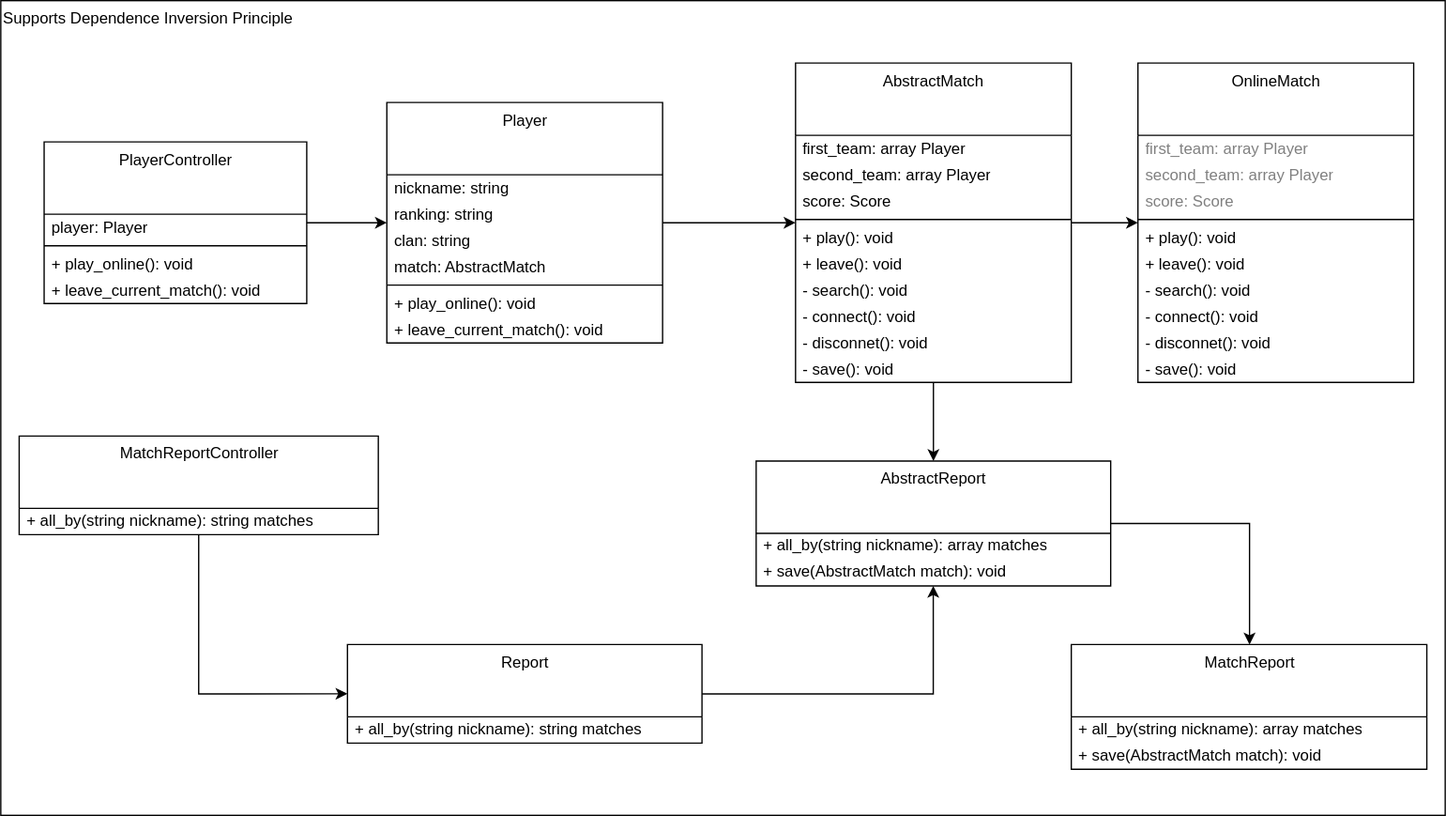
This is images/clean-code-clean-classes/DIP.svg from GabrielSlima/blog, a draw.io export, as it was before one commit. Source tidied: cells renumbered, new cells last; positions are measured from the earlier drawing's top-left corner, leaving out a move shared by most shapes.
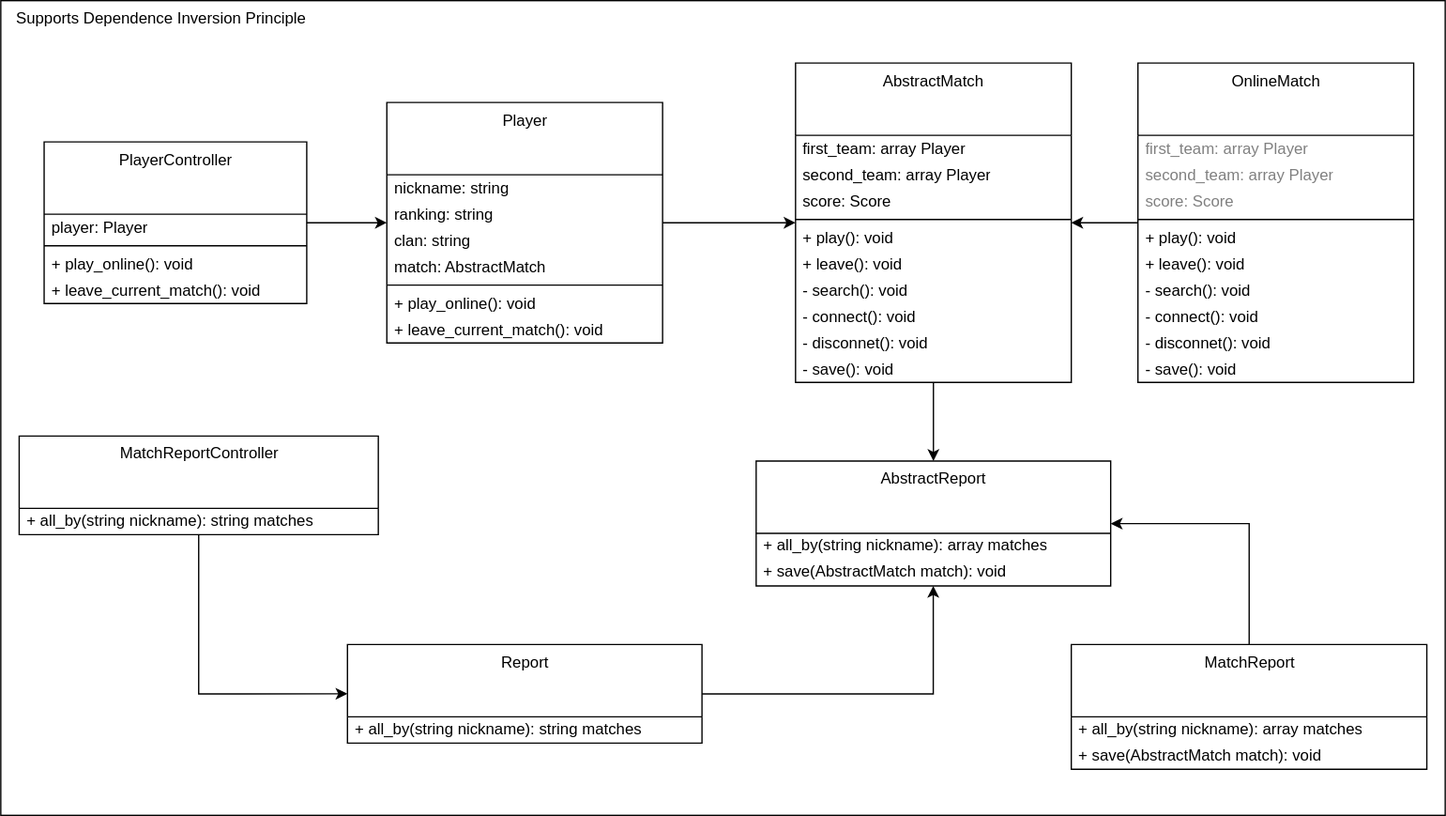
After the change.

Change to the diagram source:
```diff
@@ -2,9 +2,16 @@
   <root>
     <mxCell id="0" />
     <mxCell id="1" parent="0" />
-    <mxCell id="2" value="Supports Dependence Inversion Principle" style="rounded=0;whiteSpace=wrap;html=1;fillColor=none;align=left;verticalAlign=top;" parent="1" vertex="1">
+    <mxCell id="2" value="Supports Dependence Inversion Principle" style="rounded=0;whiteSpace=wrap;html=1;fillColor=none;align=left;verticalAlign=top;spacingLeft=10;" parent="1" vertex="1">
       <mxGeometry width="1100" height="620" as="geometry" />
     </mxCell>
+    <mxCell id="55" style="edgeStyle=orthogonalEdgeStyle;rounded=0;jettySize=auto;html=1;" parent="1" edge="1" source="3" target="49">
+      <mxGeometry relative="1" as="geometry">
+        <Array as="points">
+          <mxPoint x="951" y="398" />
+        </Array>
+      </mxGeometry>
+    </mxCell>
     <mxCell id="3" value="MatchReport" style="swimlane;fontStyle=0;align=center;verticalAlign=top;horizontal=1;startSize=55;html=1;fillColor=none;" parent="1" vertex="1">
       <mxGeometry x="815.2" y="490" width="270.8" height="95" as="geometry" />
     </mxCell>
@@ -68,6 +75,9 @@
     <mxCell id="23" value="+ leave_current_match(): void" style="text;html=1;strokeColor=none;fillColor=none;align=left;verticalAlign=middle;spacingLeft=4;spacingRight=4;overflow=hidden;" parent="19" vertex="1">
       <mxGeometry y="103" width="200" height="20" as="geometry" />
     </mxCell>
+    <mxCell id="56" style="edgeStyle=orthogonalEdgeStyle;rounded=0;jettySize=auto;html=1;" parent="1" edge="1" source="24" target="37">
+      <mxGeometry relative="1" as="geometry" />
+    </mxCell>
     <mxCell id="24" value="OnlineMatch" style="swimlane;fontStyle=0;align=center;verticalAlign=top;horizontal=1;startSize=55;html=1;fillColor=none;" parent="1" vertex="1">
       <mxGeometry x="866" y="47.5" width="210" height="243" as="geometry" />
     </mxCell>
@@ -101,9 +111,6 @@
     <mxCell id="34" value="- save(): void" style="text;html=1;strokeColor=none;fillColor=none;align=left;verticalAlign=middle;spacingLeft=4;spacingRight=4;overflow=hidden;" parent="24" vertex="1">
       <mxGeometry y="223" width="210" height="20" as="geometry" />
     </mxCell>
-    <mxCell id="35" style="edgeStyle=orthogonalEdgeStyle;rounded=0;jettySize=auto;html=1;" parent="1" edge="1" source="37" target="24">
-      <mxGeometry relative="1" as="geometry" />
-    </mxCell>
     <mxCell id="36" style="edgeStyle=orthogonalEdgeStyle;rounded=0;jettySize=auto;html=1;fontColor=#808080;" parent="1" edge="1" source="37" target="49">
       <mxGeometry relative="1" as="geometry" />
     </mxCell>
@@ -140,13 +147,6 @@
     <mxCell id="47" value="- save(): void" style="text;html=1;strokeColor=none;fillColor=none;align=left;verticalAlign=middle;spacingLeft=4;spacingRight=4;overflow=hidden;" parent="37" vertex="1">
       <mxGeometry y="223" width="210" height="20" as="geometry" />
     </mxCell>
-    <mxCell id="48" style="edgeStyle=orthogonalEdgeStyle;rounded=0;jettySize=auto;html=1;fontColor=#808080;" parent="1" edge="1" source="49" target="3">
-      <mxGeometry relative="1" as="geometry">
-        <Array as="points">
-          <mxPoint x="951" y="397.5" />
-        </Array>
-      </mxGeometry>
-    </mxCell>
     <mxCell id="49" value="AbstractReport" style="swimlane;fontStyle=0;align=center;verticalAlign=top;horizontal=1;startSize=55;html=1;fillColor=none;" parent="1" vertex="1">
       <mxGeometry x="575.2" y="350.4" width="270" height="95" as="geometry" />
     </mxCell>
```
